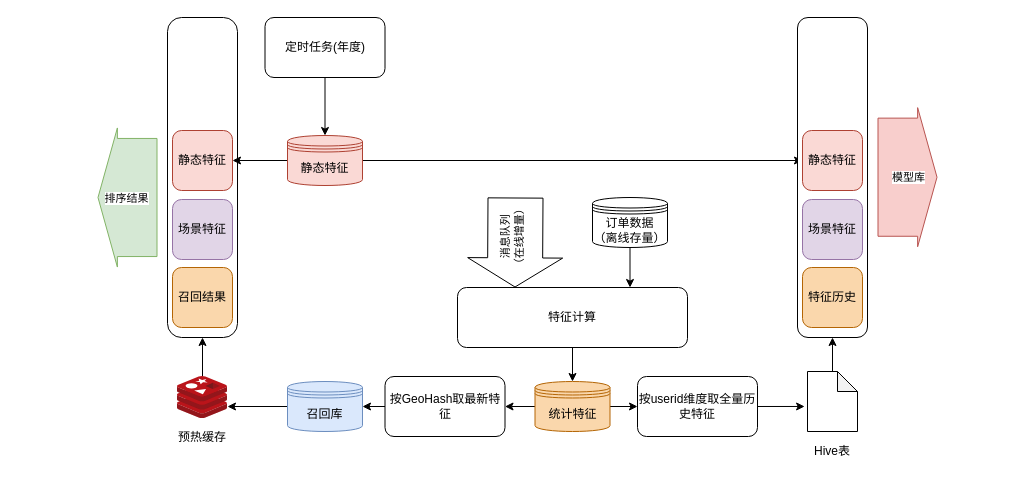
Earlier version of the draw.io diagram page "数据处理" (5 of 5) of tms/转化率提升.drawio (wangziji/graphics). Source tidied: cells renumbered, new cells numbered last; positions are measured from the earlier drawing's top-left corner, leaving out a move shared by most shapes. Both pictures are drawn from the tidied source at 100%, with x=0, y=0 at pixel (97, 17).
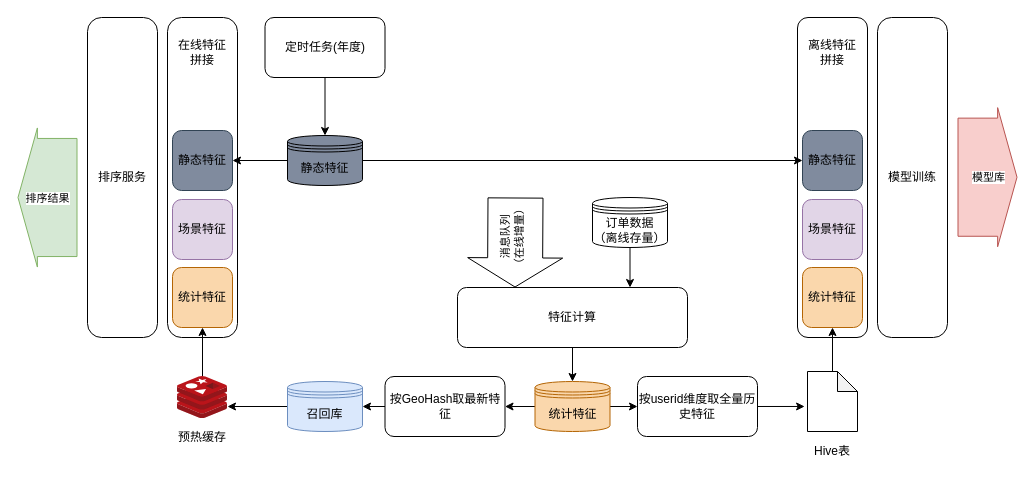
The same page after the edit.

Commit message:
更新转化率提升.drawio

The change refers to these unchanged cells:
```xml
<mxCell id="2" style="rounded=1;whiteSpace=wrap;html=1;arcSize=20;" parent="1" vertex="1">
  <mxGeometry x="70" width="70" height="320" as="geometry" />
</mxCell>
<mxCell id="22" style="image;sketch=0;html=1;points=[];align=center;fontSize=12;image=img/lib/mscae/Cache_Redis_Product.svg;" parent="1" vertex="1">
  <mxGeometry x="80" y="359" width="50" height="42" as="geometry" />
</mxCell>
<mxCell id="29" style="shape=note;whiteSpace=wrap;html=1;backgroundOutline=1;darkOpacity=0.05;size=20;" parent="1" vertex="1">
  <mxGeometry x="710" y="354" width="50" height="60" as="geometry" />
</mxCell>
```

What changed in the source:
```diff
@@
+    <mxCell id="25" style="rounded=1;whiteSpace=wrap;html=1;" parent="1" vertex="1">
+      <mxGeometry x="700" width="70" height="320" as="geometry" />
+    </mxCell>
@@
-    <mxCell id="7" value="静态特征" style="shape=datastore;whiteSpace=wrap;html=1;fillColor=#fad9d5;strokeColor=#ae4132;" parent="1" vertex="1">
+    <mxCell id="7" value="静态特征" style="shape=datastore;whiteSpace=wrap;html=1;fillColor=#808B9E;strokeColor=light-dark(#000000,#A9B8C7);fontColor=#000000;" parent="1" vertex="1">
       <mxGeometry x="190" y="118" width="75" height="50" as="geometry" />
     </mxCell>
@@
-    <mxCell id="21" style="edgeStyle=orthogonalEdgeStyle;rounded=0;jettySize=auto;html=1;" parent="1" edge="1" source="22" target="2">
+    <mxCell id="21" style="edgeStyle=orthogonalEdgeStyle;rounded=0;jettySize=auto;html=1;entryX=0.5;entryY=1;entryDx=0;entryDy=0;" parent="1" edge="1" source="22" target="36">
       <mxGeometry relative="1" as="geometry" />
     </mxCell>
@@
-    <mxCell id="25" style="rounded=1;whiteSpace=wrap;html=1;" parent="1" vertex="1">
-      <mxGeometry x="700" width="70" height="320" as="geometry" />
-    </mxCell>
@@
-    <mxCell id="28" style="edgeStyle=orthogonalEdgeStyle;rounded=0;jettySize=auto;html=1;exitX=0.5;exitY=0;exitDx=0;exitDy=0;exitPerimeter=0;entryX=0.5;entryY=1;entryDx=0;entryDy=0;" parent="1" edge="1" source="29" target="25">
+    <mxCell id="28" style="edgeStyle=orthogonalEdgeStyle;rounded=0;jettySize=auto;html=1;exitX=0.5;exitY=0;exitDx=0;exitDy=0;exitPerimeter=0;entryX=0.5;entryY=1;entryDx=0;entryDy=0;" parent="1" edge="1" source="29" target="39">
       <mxGeometry relative="1" as="geometry" />
     </mxCell>
@@
     <mxCell id="32" style="shape=flexArrow;endArrow=classic;html=1;rounded=0;width=118.125;endSize=6.125;fillColor=#d5e8d4;strokeColor=#82b366;" parent="1" edge="1">
       <mxGeometry relative="1" as="geometry">
-        <mxPoint x="60" y="180" as="sourcePoint" />
-        <mxPoint y="180" as="targetPoint" />
+        <mxPoint x="-20" y="180" as="sourcePoint" />
+        <mxPoint x="-80" y="180" as="targetPoint" />
       </mxGeometry>
     </mxCell>
@@
     <mxCell id="34" style="shape=flexArrow;endArrow=classic;html=1;rounded=0;width=118.125;endSize=6.125;fillColor=#f8cecc;strokeColor=#b85450;" parent="1" edge="1">
       <mxGeometry relative="1" as="geometry">
-        <mxPoint x="780" y="159.7" as="sourcePoint" />
-        <mxPoint x="840" y="159.7" as="targetPoint" />
+        <mxPoint x="860" y="159.7" as="sourcePoint" />
+        <mxPoint x="920" y="159.7" as="targetPoint" />
       </mxGeometry>
     </mxCell>
@@
-    <mxCell id="36" value="召回结果" style="rounded=1;whiteSpace=wrap;html=1;fillColor=#fad7ac;strokeColor=#b46504;" parent="1" vertex="1">
+    <mxCell id="36" value="统计特征" style="rounded=1;whiteSpace=wrap;html=1;fillColor=#fad7ac;strokeColor=#b46504;" parent="1" vertex="1">
       <mxGeometry x="75" y="250" width="60" height="60" as="geometry" />
     </mxCell>
-    <mxCell id="37" value="静态特征" style="rounded=1;whiteSpace=wrap;html=1;fillColor=#fad9d5;strokeColor=#ae4132;" parent="1" vertex="1">
+    <mxCell id="37" value="静态特征" style="rounded=1;whiteSpace=wrap;html=1;fillColor=#808B9E;strokeColor=#314354;fontColor=#000000;" parent="1" vertex="1">
       <mxGeometry x="75" y="113" width="60" height="60" as="geometry" />
     </mxCell>
-    <mxCell id="38" value="静态特征" style="rounded=1;whiteSpace=wrap;html=1;fillColor=#fad9d5;strokeColor=#ae4132;" parent="1" vertex="1">
+    <mxCell id="38" value="静态特征" style="rounded=1;whiteSpace=wrap;html=1;fillColor=#808B9E;strokeColor=#314354;" parent="1" vertex="1">
       <mxGeometry x="705" y="113" width="60" height="60" as="geometry" />
     </mxCell>
-    <mxCell id="39" value="特征历史" style="rounded=1;whiteSpace=wrap;html=1;fillColor=#fad7ac;strokeColor=#b46504;" parent="1" vertex="1">
+    <mxCell id="39" value="统计特征" style="rounded=1;whiteSpace=wrap;html=1;fillColor=#fad7ac;strokeColor=#b46504;" parent="1" vertex="1">
       <mxGeometry x="705" y="250" width="60" height="60" as="geometry" />
     </mxCell>
+    <mxCell id="40" value="在线特征拼接" style="text;html=1;align=center;verticalAlign=middle;whiteSpace=wrap;rounded=0;" parent="1" vertex="1">
+      <mxGeometry x="75" y="20" width="60" height="30" as="geometry" />
+    </mxCell>
+    <mxCell id="41" value="离线特征拼接" style="text;html=1;align=center;verticalAlign=middle;whiteSpace=wrap;rounded=0;" parent="1" vertex="1">
+      <mxGeometry x="705" y="20" width="60" height="30" as="geometry" />
+    </mxCell>
+    <mxCell id="42" value="排序服务" style="rounded=1;whiteSpace=wrap;html=1;arcSize=20;" parent="1" vertex="1">
+      <mxGeometry x="-10" width="70" height="320" as="geometry" />
+    </mxCell>
+    <mxCell id="43" value="模型训练" style="rounded=1;whiteSpace=wrap;html=1;arcSize=20;" parent="1" vertex="1">
+      <mxGeometry x="780" width="70" height="320" as="geometry" />
+    </mxCell>
```
